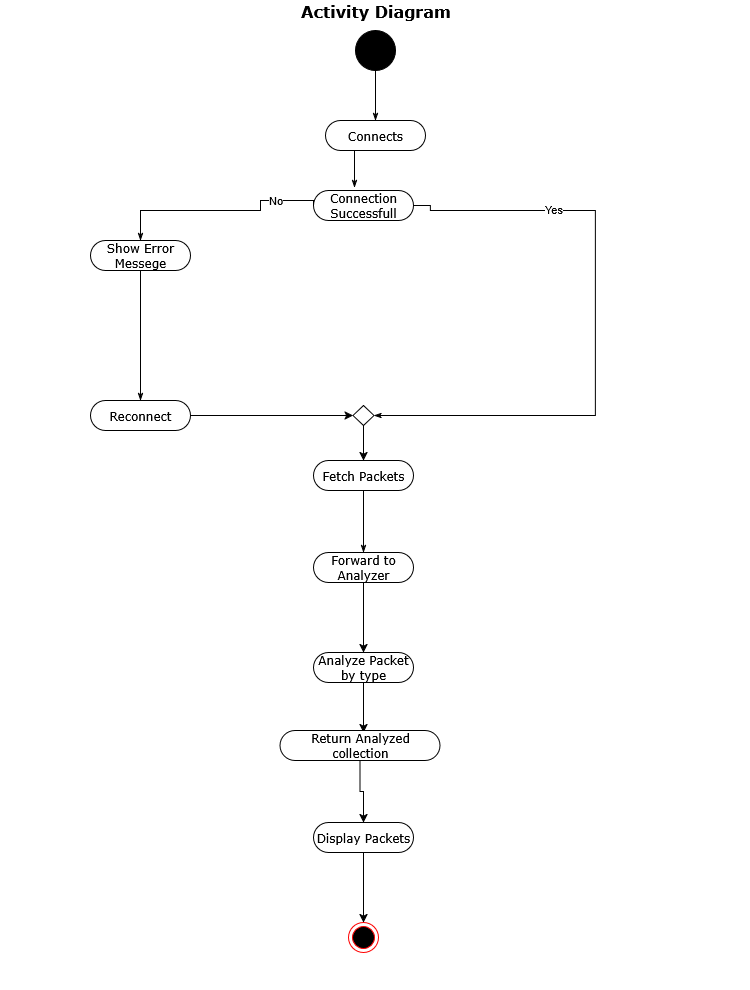
Earlier version of the draw.io export הפרוייקט/Activity.drawio.png (EyasSh/WiresharkClone). Source tidied: cells renumbered, new cells last; positions are measured from the earlier drawing's top-left corner, leaving out a move shared by most shapes.
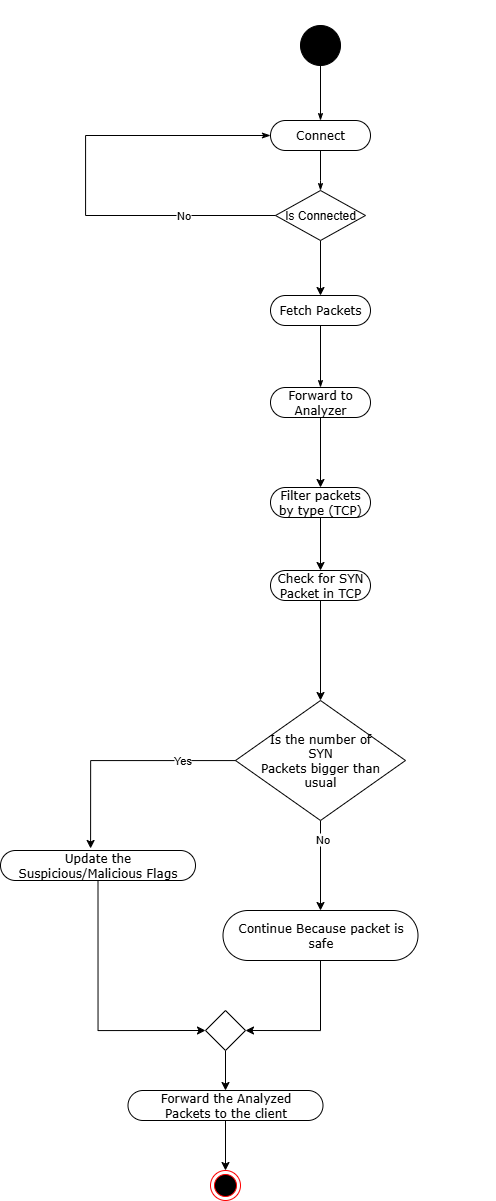
The same file after the commit.

Change to the diagram source:
```diff
@@ -2,117 +2,116 @@
   <root>
     <mxCell id="0" />
     <mxCell id="1" parent="0" />
-    <mxCell id="2" value="&lt;font style=&quot;font-size: 16px;&quot;&gt;Activity Diagram&lt;/font&gt;" style="swimlane;html=1;startSize=20;rounded=0;shadow=0;comic=0;labelBackgroundColor=none;strokeWidth=1;fontFamily=Verdana;fontSize=12;align=center;strokeColor=none;fillColor=none;swimlaneLine=0;" parent="1" vertex="1">
-      <mxGeometry width="750" height="990" as="geometry" />
+    <mxCell id="2" style="swimlane;html=1;startSize=20;rounded=0;shadow=0;comic=0;labelBackgroundColor=none;strokeWidth=1;fontFamily=Verdana;fontSize=12;align=center;strokeColor=none;fillColor=none;swimlaneLine=0;" parent="1" vertex="1">
+      <mxGeometry width="300" height="70" as="geometry" />
     </mxCell>
-    <mxCell id="3" style="swimlane;html=1;startSize=20;fillColor=none;strokeColor=none;swimlaneLine=0;" parent="2" vertex="1">
-      <mxGeometry y="20" width="250" height="970" as="geometry" />
-    </mxCell>
-    <mxCell id="4" style="edgeStyle=none;rounded=0;html=1;labelBackgroundColor=none;startArrow=none;startFill=0;startSize=5;endArrow=classicThin;endFill=1;endSize=5;jettySize=auto;strokeWidth=1;fontFamily=Verdana;fontSize=12;exitX=0.5;exitY=1;exitDx=0;exitDy=0;entryX=0.5;entryY=0;entryDx=0;entryDy=0;" parent="3" edge="1" source="5" target="6">
-      <mxGeometry relative="1" as="geometry" />
-    </mxCell>
-    <mxCell id="5" value="Show Error Messege" style="rounded=1;whiteSpace=wrap;html=1;shadow=0;comic=0;labelBackgroundColor=none;strokeWidth=1;fontFamily=Verdana;fontSize=12;align=center;arcSize=50;" parent="3" vertex="1">
-      <mxGeometry x="90" y="220" width="100" height="30" as="geometry" />
-    </mxCell>
-    <mxCell id="6" value="Reconnect" style="rounded=1;whiteSpace=wrap;html=1;shadow=0;comic=0;labelBackgroundColor=none;strokeWidth=1;fontFamily=Verdana;fontSize=12;align=center;arcSize=50;" parent="3" vertex="1">
-      <mxGeometry x="90" y="380" width="100" height="30" as="geometry" />
-    </mxCell>
+    <mxCell id="30" style="edgeStyle=none;rounded=0;html=1;labelBackgroundColor=none;startArrow=none;startFill=0;startSize=5;endArrow=classicThin;endFill=1;endSize=5;jettySize=auto;orthogonalLoop=1;strokeWidth=1;fontFamily=Verdana;fontSize=12;" parent="2" edge="1">
+      <mxGeometry relative="1" as="geometry">
+        <mxPoint x="435" y="628" as="sourcePoint" />
+      </mxGeometry>
+    </mxCell>
     <mxCell id="7" style="swimlane;html=1;startSize=20;fillColor=none;strokeColor=none;swimlaneLine=0;" parent="2" vertex="1">
-      <mxGeometry x="250" y="20" width="250" height="970" as="geometry" />
+      <mxGeometry y="20" width="265" height="50" as="geometry" />
     </mxCell>
-    <mxCell id="8" style="edgeStyle=orthogonalEdgeStyle;rounded=0;jettySize=auto;html=1;" parent="7" edge="1" source="9" target="11">
+    <mxCell id="8" style="edgeStyle=orthogonalEdgeStyle;rounded=0;jettySize=auto;html=1;exitX=0.5;exitY=1;exitDx=0;exitDy=0;" parent="7" edge="1" source="32" target="11">
       <mxGeometry relative="1" as="geometry" />
     </mxCell>
-    <mxCell id="9" style="rhombus;whiteSpace=wrap;html=1;" parent="7" vertex="1">
-      <mxGeometry x="102.5" y="385" width="21" height="20" as="geometry" />
-    </mxCell>
-    <mxCell id="10" value="Connection Successfull" style="rounded=1;whiteSpace=wrap;html=1;shadow=0;comic=0;labelBackgroundColor=none;strokeWidth=1;fontFamily=Verdana;fontSize=12;align=center;arcSize=50;" parent="7" vertex="1">
-      <mxGeometry x="63" y="170" width="100" height="30" as="geometry" />
-    </mxCell>
     <mxCell id="11" value="Fetch Packets" style="rounded=1;whiteSpace=wrap;html=1;shadow=0;comic=0;labelBackgroundColor=none;strokeWidth=1;fontFamily=Verdana;fontSize=12;align=center;arcSize=50;" parent="7" vertex="1">
-      <mxGeometry x="63" y="440" width="100" height="30" as="geometry" />
+      <mxGeometry x="75" y="275" width="100" height="30" as="geometry" />
     </mxCell>
     <mxCell id="12" style="edgeStyle=orthogonalEdgeStyle;rounded=0;jettySize=auto;html=1;entryX=0.5;entryY=0;entryDx=0;entryDy=0;" parent="7" edge="1" source="13" target="16">
       <mxGeometry relative="1" as="geometry" />
     </mxCell>
     <mxCell id="13" value="Forward to Analyzer" style="rounded=1;whiteSpace=wrap;html=1;shadow=0;comic=0;labelBackgroundColor=none;strokeWidth=1;fontFamily=Verdana;fontSize=12;align=center;arcSize=50;" parent="7" vertex="1">
-      <mxGeometry x="63" y="532" width="100" height="30" as="geometry" />
+      <mxGeometry x="75" y="367" width="100" height="30" as="geometry" />
     </mxCell>
     <mxCell id="14" style="edgeStyle=none;rounded=0;html=1;labelBackgroundColor=none;startArrow=none;startFill=0;startSize=5;endArrow=classicThin;endFill=1;endSize=5;jettySize=auto;strokeWidth=1;fontFamily=Verdana;fontSize=12;" parent="7" edge="1" source="11" target="13">
       <mxGeometry relative="1" as="geometry" />
     </mxCell>
-    <mxCell id="15" style="edgeStyle=orthogonalEdgeStyle;rounded=0;jettySize=auto;html=1;entryX=0.5;entryY=0;entryDx=0;entryDy=0;" parent="7" edge="1" source="16">
-      <mxGeometry relative="1" as="geometry">
-        <mxPoint x="113" y="712" as="targetPoint" />
-      </mxGeometry>
+    <mxCell id="15" style="edgeStyle=orthogonalEdgeStyle;rounded=0;jettySize=auto;html=1;" parent="7" edge="1" source="16" target="33">
+      <mxGeometry relative="1" as="geometry" />
     </mxCell>
-    <mxCell id="16" value="Analyze Packet by type" style="rounded=1;whiteSpace=wrap;html=1;shadow=0;comic=0;labelBackgroundColor=none;strokeWidth=1;fontFamily=Verdana;fontSize=12;align=center;arcSize=50;" parent="7" vertex="1">
-      <mxGeometry x="63" y="632" width="100" height="30" as="geometry" />
+    <mxCell id="16" value="Filter packets by type (TCP)" style="rounded=1;whiteSpace=wrap;html=1;shadow=0;comic=0;labelBackgroundColor=none;strokeWidth=1;fontFamily=Verdana;fontSize=12;align=center;arcSize=50;" parent="7" vertex="1">
+      <mxGeometry x="75" y="467" width="100" height="30" as="geometry" />
     </mxCell>
-    <mxCell id="17" style="ellipse;html=1;shape=endState;fillColor=#000000;strokeColor=#ff0000;" parent="7" vertex="1">
-      <mxGeometry x="98" y="902" width="30" height="30" as="geometry" />
-    </mxCell>
-    <mxCell id="18" style="edgeStyle=orthogonalEdgeStyle;rounded=0;jettySize=auto;html=1;entryX=0.5;entryY=0;entryDx=0;entryDy=0;" parent="7" edge="1" source="21" target="20">
-      <mxGeometry relative="1" as="geometry" />
-    </mxCell>
-    <mxCell id="19" style="edgeStyle=orthogonalEdgeStyle;rounded=0;jettySize=auto;html=1;entryX=0.5;entryY=0;entryDx=0;entryDy=0;" parent="7" edge="1" source="20" target="17">
-      <mxGeometry relative="1" as="geometry" />
-    </mxCell>
-    <mxCell id="20" value="Display Packets" style="rounded=1;whiteSpace=wrap;html=1;shadow=0;comic=0;labelBackgroundColor=none;strokeWidth=1;fontFamily=Verdana;fontSize=12;align=center;arcSize=50;" parent="7" vertex="1">
-      <mxGeometry x="63" y="802" width="100" height="30" as="geometry" />
-    </mxCell>
-    <mxCell id="21" value="Return Analyzed collection" style="rounded=1;whiteSpace=wrap;html=1;shadow=0;comic=0;labelBackgroundColor=none;strokeWidth=1;fontFamily=Verdana;fontSize=12;align=center;arcSize=50;" parent="7" vertex="1">
-      <mxGeometry x="29.5" y="710" width="160" height="30" as="geometry" />
-    </mxCell>
-    <mxCell id="22" style="edgeStyle=orthogonalEdgeStyle;rounded=0;html=1;exitX=1;exitY=0.5;labelBackgroundColor=none;startArrow=none;startFill=0;startSize=5;endArrow=classicThin;endFill=1;endSize=5;jettySize=auto;strokeWidth=1;fontFamily=Verdana;fontSize=12;exitDx=0;exitDy=0;entryX=1;entryY=0.5;entryDx=0;entryDy=0;" parent="7" edge="1" source="10" target="9">
-      <mxGeometry relative="1" as="geometry">
-        <Array as="points">
-          <mxPoint x="180" y="185" />
-          <mxPoint x="180" y="190" />
-          <mxPoint x="345" y="190" />
-          <mxPoint x="345" y="395" />
-        </Array>
-      </mxGeometry>
-    </mxCell>
-    <mxCell id="23" value="Yes" style="edgeLabel;html=1;align=center;verticalAlign=middle;" parent="22" vertex="1">
-      <mxGeometry x="-0.53" y="2" relative="1" as="geometry" />
-    </mxCell>
-    <mxCell id="24" style="ellipse;whiteSpace=wrap;html=1;rounded=0;shadow=0;comic=0;labelBackgroundColor=none;strokeWidth=1;fillColor=#000000;fontFamily=Verdana;fontSize=12;align=center;" parent="7" vertex="1">
-      <mxGeometry x="105" y="10" width="40" height="40" as="geometry" />
-    </mxCell>
-    <mxCell id="25" value="Connects" style="rounded=1;whiteSpace=wrap;html=1;shadow=0;comic=0;labelBackgroundColor=none;strokeWidth=1;fontFamily=Verdana;fontSize=12;align=center;arcSize=50;" parent="7" vertex="1">
+    <mxCell id="25" value="Connect" style="rounded=1;whiteSpace=wrap;html=1;shadow=0;comic=0;labelBackgroundColor=none;strokeWidth=1;fontFamily=Verdana;fontSize=12;align=center;arcSize=50;" parent="7" vertex="1">
       <mxGeometry x="75" y="100" width="100" height="30" as="geometry" />
     </mxCell>
-    <mxCell id="26" style="edgeStyle=orthogonalEdgeStyle;rounded=0;html=1;entryX=0.41;entryY=-0.1;labelBackgroundColor=none;startArrow=none;startFill=0;startSize=5;endArrow=classicThin;endFill=1;endSize=5;jettySize=auto;strokeWidth=1;fontFamily=Verdana;fontSize=12;entryDx=0;entryDy=0;entryPerimeter=0;" parent="7" edge="1" source="25" target="10">
+    <mxCell id="26" style="edgeStyle=orthogonalEdgeStyle;rounded=0;html=1;entryX=0.5;entryY=0;labelBackgroundColor=none;startArrow=none;startFill=0;startSize=5;endArrow=classicThin;endFill=1;endSize=5;jettySize=auto;strokeWidth=1;fontFamily=Verdana;fontSize=12;entryDx=0;entryDy=0;exitX=0.5;exitY=1;exitDx=0;exitDy=0;" parent="7" edge="1" source="25" target="32">
       <mxGeometry relative="1" as="geometry">
         <Array as="points">
-          <mxPoint x="104" y="125" />
+          <mxPoint x="125" y="160" />
+          <mxPoint x="125" y="160" />
         </Array>
       </mxGeometry>
     </mxCell>
-    <mxCell id="27" style="edgeStyle=orthogonalEdgeStyle;rounded=0;html=1;labelBackgroundColor=none;startArrow=none;startFill=0;startSize=5;endArrow=classicThin;endFill=1;endSize=5;jettySize=auto;strokeWidth=1;fontFamily=Verdana;fontSize=12;" parent="7" edge="1" source="24" target="25">
-      <mxGeometry relative="1" as="geometry" />
-    </mxCell>
+    <mxCell id="32" value="Is Connected" style="rhombus;whiteSpace=wrap;html=1;" parent="7" vertex="1">
+      <mxGeometry x="80" y="170" width="90" height="50" as="geometry" />
+    </mxCell>
-    <mxCell id="28" style="edgeStyle=orthogonalEdgeStyle;rounded=0;html=1;entryX=0.5;entryY=0;labelBackgroundColor=none;startArrow=none;startFill=0;startSize=5;endArrow=classicThin;endFill=1;endSize=5;jettySize=auto;strokeWidth=1;fontFamily=Verdana;fontSize=12;exitX=0;exitY=0.5;exitDx=0;exitDy=0;" parent="2" edge="1" source="10" target="5">
+    <mxCell id="28" style="edgeStyle=orthogonalEdgeStyle;rounded=0;html=1;entryX=0;entryY=0.5;labelBackgroundColor=none;startArrow=none;startFill=0;endArrow=classicThin;endFill=1;jettySize=auto;strokeWidth=1;fontFamily=Verdana;fontSize=12;exitX=0;exitY=0.5;exitDx=0;exitDy=0;entryDx=0;entryDy=0;" parent="7" edge="1" source="32" target="25">
       <mxGeometry relative="1" as="geometry">
         <Array as="points">
-          <mxPoint x="313" y="200" />
-          <mxPoint x="260" y="200" />
-          <mxPoint x="260" y="210" />
-          <mxPoint x="140" y="210" />
+          <mxPoint x="-110" y="195" />
+          <mxPoint x="-110" y="115" />
         </Array>
       </mxGeometry>
     </mxCell>
     <mxCell id="29" value="No" style="edgeLabel;html=1;align=center;verticalAlign=middle;" parent="28" vertex="1">
       <mxGeometry x="-0.6" y="-1" relative="1" as="geometry" />
     </mxCell>
-    <mxCell id="30" style="edgeStyle=none;rounded=0;html=1;labelBackgroundColor=none;startArrow=none;startFill=0;startSize=5;endArrow=classicThin;endFill=1;endSize=5;jettySize=auto;strokeWidth=1;fontFamily=Verdana;fontSize=12;" parent="2" edge="1" target="x">
-      <mxGeometry relative="1" as="geometry">
-        <mxPoint x="435" y="628" as="sourcePoint" />
-      </mxGeometry>
-    </mxCell>
-    <mxCell id="31" style="edgeStyle=orthogonalEdgeStyle;rounded=0;jettySize=auto;html=1;entryX=0;entryY=0.5;entryDx=0;entryDy=0;" parent="2" edge="1" source="6" target="9">
-      <mxGeometry relative="1" as="geometry" />
-    </mxCell>
+    <mxCell id="33" value="Check for SYN Packet in TCP" style="rounded=1;whiteSpace=wrap;html=1;shadow=0;comic=0;labelBackgroundColor=none;strokeWidth=1;fontFamily=Verdana;fontSize=12;align=center;arcSize=50;" parent="7" vertex="1">
+      <mxGeometry x="75" y="550" width="100" height="30" as="geometry" />
+    </mxCell>
+    <mxCell id="24" style="ellipse;whiteSpace=wrap;html=1;rounded=0;shadow=0;comic=0;labelBackgroundColor=none;strokeWidth=1;fillColor=#000000;fontFamily=Verdana;fontSize=12;align=center;" parent="7" vertex="1">
+      <mxGeometry x="105" y="5" width="40" height="40" as="geometry" />
+    </mxCell>
+    <mxCell id="27" style="edgeStyle=orthogonalEdgeStyle;rounded=0;html=1;labelBackgroundColor=none;startArrow=none;startFill=0;startSize=5;endArrow=classicThin;endFill=1;endSize=5;jettySize=auto;strokeWidth=1;fontFamily=Verdana;fontSize=12;" parent="7" edge="1" source="24" target="25">
+      <mxGeometry relative="1" as="geometry" />
+    </mxCell>
+    <mxCell id="34" style="edgeStyle=orthogonalEdgeStyle;rounded=0;jettySize=auto;html=1;entryX=1;entryY=0.5;entryDx=0;entryDy=0;exitX=0.5;exitY=1;exitDx=0;exitDy=0;" parent="1" edge="1" source="35" target="40">
+      <mxGeometry relative="1" as="geometry" />
+    </mxCell>
+    <mxCell id="35" value="Continue Because packet is safe" style="rounded=1;whiteSpace=wrap;html=1;shadow=0;comic=0;labelBackgroundColor=none;strokeWidth=1;fontFamily=Verdana;fontSize=12;align=center;arcSize=50;" parent="1" vertex="1">
+      <mxGeometry x="27.5" y="910" width="195" height="50" as="geometry" />
+    </mxCell>
+    <mxCell id="36" style="edgeStyle=orthogonalEdgeStyle;rounded=0;jettySize=auto;html=1;entryX=0.5;entryY=0;entryDx=0;entryDy=0;" parent="1" edge="1" source="44" target="35">
+      <mxGeometry relative="1" as="geometry" />
+    </mxCell>
+    <mxCell id="37" value="No" style="edgeLabel;html=1;align=center;verticalAlign=middle;" parent="36" vertex="1">
+      <mxGeometry x="-0.58" y="1" relative="1" as="geometry" />
+    </mxCell>
+    <mxCell id="38" style="edgeStyle=orthogonalEdgeStyle;rounded=0;jettySize=auto;html=1;entryX=0;entryY=0.5;entryDx=0;entryDy=0;exitX=0.5;exitY=1;exitDx=0;exitDy=0;" parent="1" edge="1" source="21" target="40">
+      <mxGeometry relative="1" as="geometry" />
+    </mxCell>
+    <mxCell id="39" style="edgeStyle=orthogonalEdgeStyle;rounded=0;jettySize=auto;html=1;entryX=0.5;entryY=0;entryDx=0;entryDy=0;" parent="1" edge="1" source="40" target="42">
+      <mxGeometry relative="1" as="geometry" />
+    </mxCell>
+    <mxCell id="40" style="rhombus;whiteSpace=wrap;html=1;" parent="1" vertex="1">
+      <mxGeometry x="10" y="1010" width="40" height="40" as="geometry" />
+    </mxCell>
+    <mxCell id="41" style="edgeStyle=orthogonalEdgeStyle;rounded=0;jettySize=auto;html=1;entryX=0.5;entryY=0;entryDx=0;entryDy=0;" parent="1" edge="1" source="42" target="43">
+      <mxGeometry relative="1" as="geometry" />
+    </mxCell>
+    <mxCell id="42" value="Forward the Analyzed&lt;div&gt;Packets to the client&lt;/div&gt;" style="rounded=1;whiteSpace=wrap;html=1;shadow=0;comic=0;labelBackgroundColor=none;strokeWidth=1;fontFamily=Verdana;fontSize=12;align=center;arcSize=50;" parent="1" vertex="1">
+      <mxGeometry x="-67.5" y="1090" width="195" height="30" as="geometry" />
+    </mxCell>
+    <mxCell id="43" style="ellipse;html=1;shape=endState;fillColor=#000000;strokeColor=#ff0000;" parent="1" vertex="1">
+      <mxGeometry x="15" y="1170" width="30" height="30" as="geometry" />
+    </mxCell>
+    <mxCell id="44" value="&lt;font face=&quot;Verdana&quot;&gt;Is the number of&lt;/font&gt;&lt;div&gt;&lt;font face=&quot;Verdana&quot;&gt;SYN&lt;/font&gt;&lt;div&gt;&lt;font face=&quot;Verdana&quot;&gt;Packets bigger than&lt;/font&gt;&lt;/div&gt;&lt;div&gt;&lt;font face=&quot;Verdana&quot;&gt;usual&lt;/font&gt;&lt;/div&gt;&lt;/div&gt;" style="rhombus;whiteSpace=wrap;html=1;" parent="1" vertex="1">
+      <mxGeometry x="40" y="700" width="170" height="120" as="geometry" />
+    </mxCell>
+    <mxCell id="18" style="edgeStyle=orthogonalEdgeStyle;rounded=0;jettySize=auto;html=1;entryX=0.5;entryY=0;entryDx=0;entryDy=0;exitX=0.5;exitY=1;exitDx=0;exitDy=0;" parent="1" edge="1" source="33" target="44">
+      <mxGeometry relative="1" as="geometry" />
+    </mxCell>
+    <mxCell id="45" style="edgeStyle=orthogonalEdgeStyle;rounded=0;jettySize=auto;html=1;entryX=0.462;entryY=-0.067;entryDx=0;entryDy=0;entryPerimeter=0;" parent="1" edge="1" source="44" target="21">
+      <mxGeometry relative="1" as="geometry" />
+    </mxCell>
+    <mxCell id="23" value="Yes" style="edgeLabel;html=1;align=center;verticalAlign=middle;" parent="45" vertex="1">
+      <mxGeometry x="-0.54" y="-1" relative="1" as="geometry" />
+    </mxCell>
+    <mxCell id="21" value="Update the Suspicious/Malicious Flags" style="rounded=1;whiteSpace=wrap;html=1;shadow=0;comic=0;labelBackgroundColor=none;strokeWidth=1;fontFamily=Verdana;fontSize=12;align=center;arcSize=50;" parent="1" vertex="1">
+      <mxGeometry x="-195" y="850" width="195" height="30" as="geometry" />
+    </mxCell>
   </root>
 </mxGraphModel>
```
